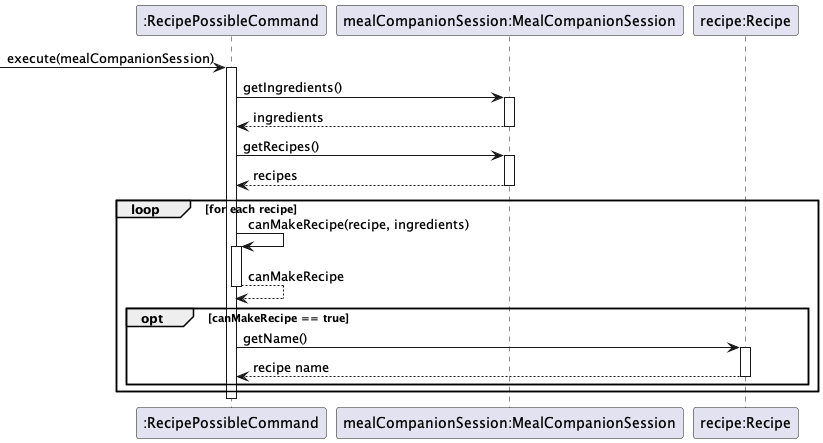
The PlantUML diagram docs/images/RecipePossibleCommandSequence.png in nus-cs2113-AY2223S2/tp, before a commit.
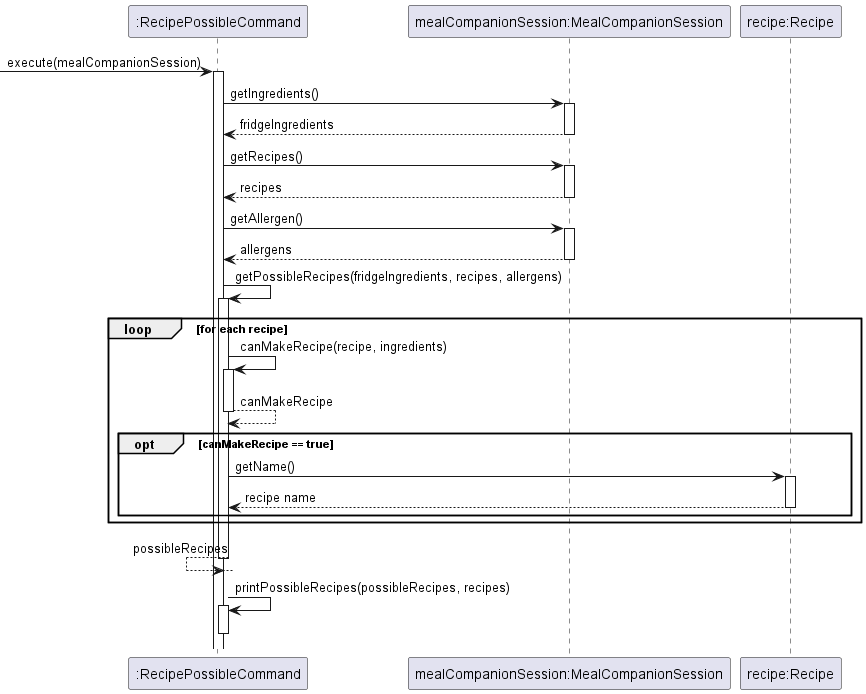
After the commit.

Diff of the diagram source:
```diff
@@ -8,12 +8,18 @@
 activate RecipePossibleCommand
 RecipePossibleCommand -> mealCompanionSession: getIngredients()
 activate mealCompanionSession
-RecipePossibleCommand <-- mealCompanionSession: ingredients
+RecipePossibleCommand <-- mealCompanionSession: fridgeIngredients
 deactivate mealCompanionSession
 RecipePossibleCommand -> mealCompanionSession: getRecipes()
 activate mealCompanionSession
 RecipePossibleCommand <-- mealCompanionSession: recipes
 deactivate mealCompanionSession
+RecipePossibleCommand -> mealCompanionSession: getAllergen()
+activate mealCompanionSession
+RecipePossibleCommand <-- mealCompanionSession: allergens
+deactivate mealCompanionSession
+RecipePossibleCommand -> RecipePossibleCommand: getPossibleRecipes(fridgeIngredients, recipes, allergens)
+activate RecipePossibleCommand
 loop for each recipe
 RecipePossibleCommand -> RecipePossibleCommand: canMakeRecipe(recipe, ingredients)
 activate RecipePossibleCommand
@@ -26,6 +32,10 @@
 deactivate recipe
 end
 end
+RecipePossibleCommand <-- RecipePossibleCommand: possibleRecipes
+deactivate RecipePossibleCommand
+RecipePossibleCommand -> RecipePossibleCommand: printPossibleRecipes(possibleRecipes, recipes)
+activate RecipePossibleCommand
 deactivate RecipePossibleCommand
 
 @enduml
```
